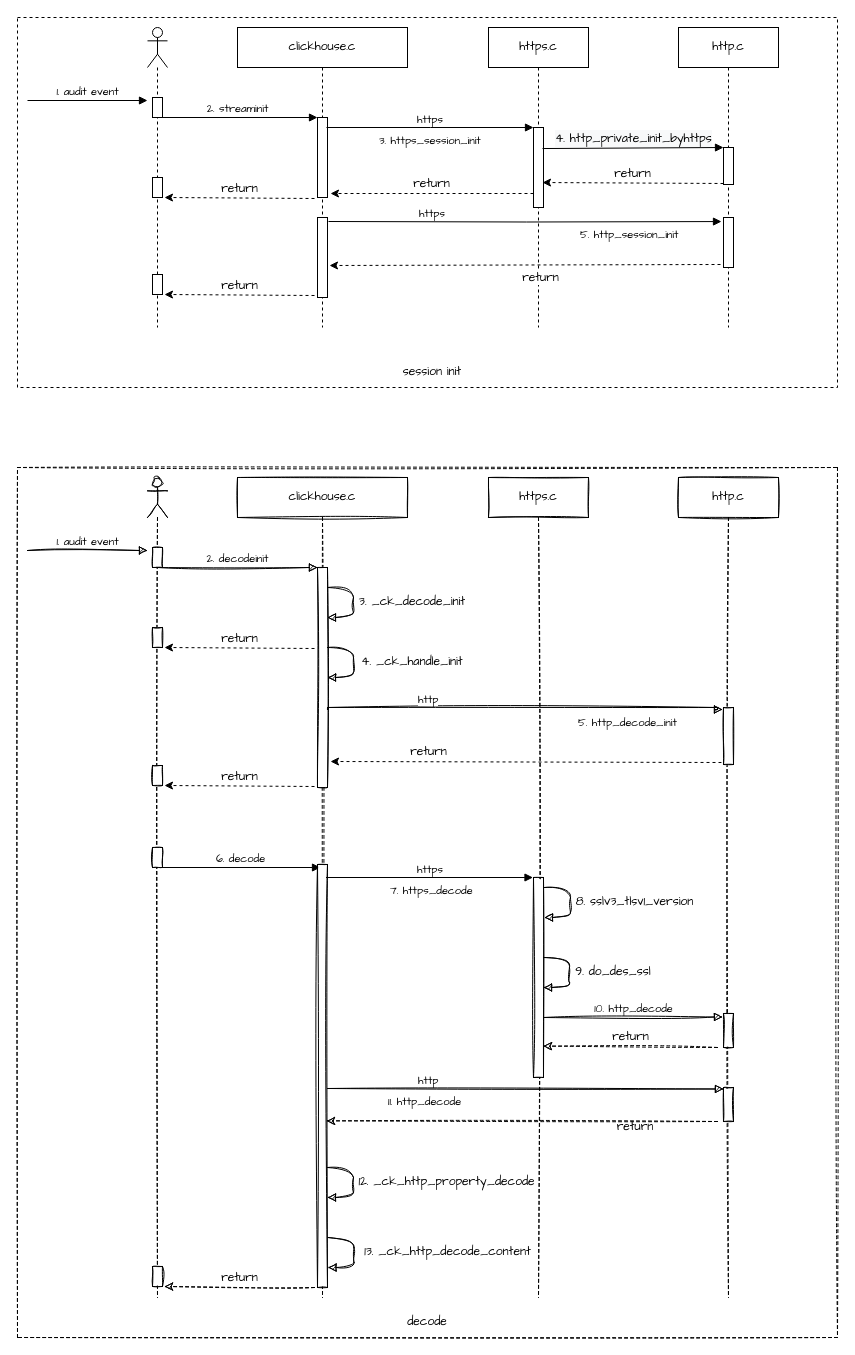
leonce28/draw-io-img keeps this draw.io diagram as clickhouse interact http.drawio. Above is the earlier version. Source tidied: cells renumbered, new cells numbered last; positions are measured from the earlier drawing's top-left corner, leaving out a move shared by most shapes. Both pictures are drawn from the tidied source at 100%, with x=0, y=0 at pixel (17, 17).
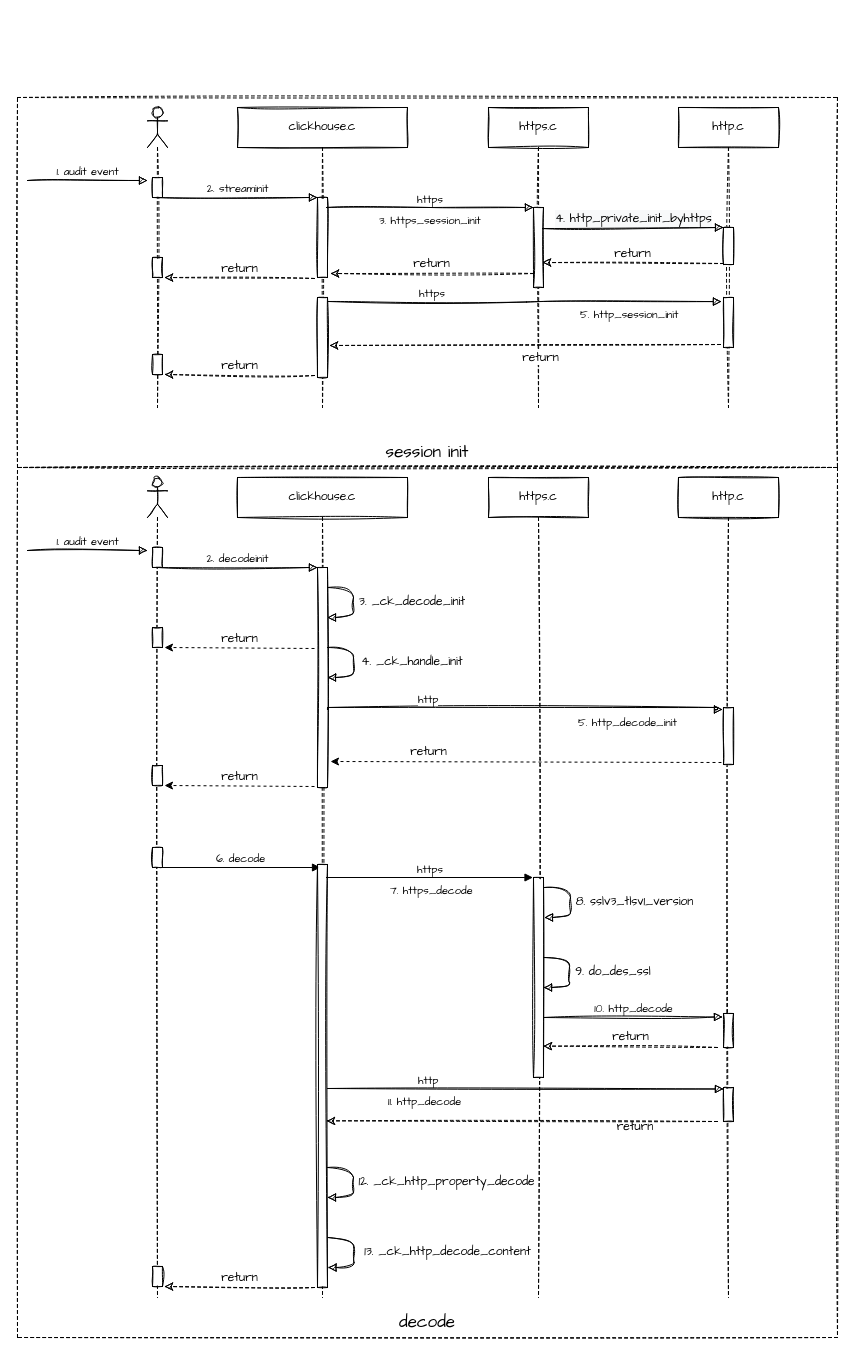
The same page after the edit.

What changed in the source:
```diff
@@
-    <mxCell id="2" style="rounded=0;whiteSpace=wrap;html=1;fontFamily=Comic Sans MS;fontSize=12;fillColor=none;dashed=1;horizontal=1;" parent="1" vertex="1">
-      <mxGeometry width="820" height="370" as="geometry" />
+    <mxCell id="2" style="rounded=0;whiteSpace=wrap;html=1;fontFamily=Comic Sans MS;fontSize=12;fillColor=none;dashed=1;horizontal=1;sketch=1;" parent="1" vertex="1">
+      <mxGeometry y="80" width="820" height="370" as="geometry" />
     </mxCell>
-    <mxCell id="3" style="shape=umlLifeline;participant=umlActor;perimeter=lifelinePerimeter;whiteSpace=wrap;html=1;verticalAlign=top;spacingTop=36;horizontal=1;fontFamily=Comic Sans MS;" parent="1" vertex="1">
-      <mxGeometry x="130" y="10" width="20" height="300" as="geometry" />
+    <mxCell id="3" style="shape=umlLifeline;participant=umlActor;perimeter=lifelinePerimeter;whiteSpace=wrap;html=1;verticalAlign=top;spacingTop=36;horizontal=1;fontFamily=Comic Sans MS;sketch=1;" parent="1" vertex="1">
+      <mxGeometry x="130" y="90" width="20" height="300" as="geometry" />
     </mxCell>
-    <mxCell id="4" style="html=1;perimeter=orthogonalPerimeter;horizontal=1;fontFamily=Comic Sans MS;" parent="3" vertex="1">
+    <mxCell id="4" style="html=1;perimeter=orthogonalPerimeter;horizontal=1;fontFamily=Comic Sans MS;sketch=1;" parent="3" vertex="1">
       <mxGeometry x="5" y="70" width="10" height="20" as="geometry" />
     </mxCell>
-    <mxCell id="5" style="html=1;perimeter=orthogonalPerimeter;horizontal=1;fontFamily=Comic Sans MS;" parent="3" vertex="1">
+    <mxCell id="5" style="html=1;perimeter=orthogonalPerimeter;horizontal=1;fontFamily=Comic Sans MS;sketch=1;" parent="3" vertex="1">
       <mxGeometry x="5" y="150" width="10" height="20" as="geometry" />
     </mxCell>
-    <mxCell id="6" value="clickhouse.c" style="shape=umlLifeline;perimeter=lifelinePerimeter;whiteSpace=wrap;html=1;horizontal=1;fontFamily=Comic Sans MS;" parent="1" vertex="1">
-      <mxGeometry x="220" y="10" width="170" height="300" as="geometry" />
+    <mxCell id="6" value="clickhouse.c" style="shape=umlLifeline;perimeter=lifelinePerimeter;whiteSpace=wrap;html=1;horizontal=1;fontFamily=Comic Sans MS;sketch=1;" parent="1" vertex="1">
+      <mxGeometry x="220" y="90" width="170" height="300" as="geometry" />
     </mxCell>
-    <mxCell id="7" style="html=1;points=[];perimeter=orthogonalPerimeter;horizontal=1;fontFamily=Comic Sans MS;" parent="6" vertex="1">
+    <mxCell id="7" style="html=1;points=[];perimeter=orthogonalPerimeter;horizontal=1;fontFamily=Comic Sans MS;sketch=1;" parent="6" vertex="1">
       <mxGeometry x="80" y="90" width="10" height="80" as="geometry" />
     </mxCell>
-    <mxCell id="8" value="return" style="html=1;verticalAlign=bottom;endArrow=classic;dashed=1;endSize=6;exitX=0;exitY=0.95;rounded=0;fontFamily=Comic Sans MS;fontSize=12;fontColor=default;strokeWidth=1;endFill=1;horizontal=1;" parent="6" edge="1">
+    <mxCell id="8" value="return" style="html=1;verticalAlign=bottom;endArrow=classic;dashed=1;endSize=6;exitX=0;exitY=0.95;rounded=0;fontFamily=Comic Sans MS;fontSize=12;fontColor=default;strokeWidth=1;endFill=1;horizontal=1;sketch=1;" parent="6" edge="1">
       <mxGeometry relative="1" as="geometry">
         <mxPoint x="77" y="171" as="sourcePoint" />
         <mxPoint x="-73" y="170" as="targetPoint" />
       </mxGeometry>
     </mxCell>
-    <mxCell id="9" style="html=1;points=[];perimeter=orthogonalPerimeter;horizontal=1;fontFamily=Comic Sans MS;" parent="6" vertex="1">
+    <mxCell id="9" style="html=1;points=[];perimeter=orthogonalPerimeter;horizontal=1;fontFamily=Comic Sans MS;sketch=1;" parent="6" vertex="1">
       <mxGeometry x="80" y="190" width="10" height="80" as="geometry" />
     </mxCell>
-    <mxCell id="10" style="html=1;perimeter=orthogonalPerimeter;horizontal=1;fontFamily=Comic Sans MS;" parent="6" vertex="1">
+    <mxCell id="10" style="html=1;perimeter=orthogonalPerimeter;horizontal=1;fontFamily=Comic Sans MS;sketch=1;" parent="6" vertex="1">
       <mxGeometry x="-85" y="247" width="10" height="20" as="geometry" />
     </mxCell>
-    <mxCell id="11" value="return" style="html=1;verticalAlign=bottom;endArrow=classic;dashed=1;endSize=6;exitX=0;exitY=0.95;rounded=0;fontFamily=Comic Sans MS;fontSize=12;fontColor=default;strokeWidth=1;endFill=1;horizontal=1;" parent="6" edge="1">
+    <mxCell id="11" value="return" style="html=1;verticalAlign=bottom;endArrow=classic;dashed=1;endSize=6;exitX=0;exitY=0.95;rounded=0;fontFamily=Comic Sans MS;fontSize=12;fontColor=default;strokeWidth=1;endFill=1;horizontal=1;sketch=1;" parent="6" edge="1">
       <mxGeometry relative="1" as="geometry">
         <mxPoint x="77" y="268" as="sourcePoint" />
         <mxPoint x="-73" y="267" as="targetPoint" />
       </mxGeometry>
     </mxCell>
-    <mxCell id="12" value="https.c" style="shape=umlLifeline;perimeter=lifelinePerimeter;whiteSpace=wrap;html=1;horizontal=1;fontFamily=Comic Sans MS;" parent="1" vertex="1">
-      <mxGeometry x="471" y="10" width="100" height="300" as="geometry" />
+    <mxCell id="12" value="https.c" style="shape=umlLifeline;perimeter=lifelinePerimeter;whiteSpace=wrap;html=1;horizontal=1;fontFamily=Comic Sans MS;sketch=1;" parent="1" vertex="1">
+      <mxGeometry x="471" y="90" width="100" height="300" as="geometry" />
     </mxCell>
-    <mxCell id="13" style="html=1;points=[];perimeter=orthogonalPerimeter;horizontal=1;fontFamily=Comic Sans MS;" parent="12" vertex="1">
+    <mxCell id="13" style="html=1;points=[];perimeter=orthogonalPerimeter;horizontal=1;fontFamily=Comic Sans MS;sketch=1;" parent="12" vertex="1">
       <mxGeometry x="45" y="100" width="10" height="80" as="geometry" />
     </mxCell>
-    <mxCell id="14" value="&lt;span style=&quot;text-align: center&quot;&gt;3. https_session_init&lt;/span&gt;" style="endArrow=block;endFill=1;html=1;edgeStyle=orthogonalEdgeStyle;align=left;verticalAlign=top;rounded=0;exitX=0.9;exitY=0.125;exitDx=0;exitDy=0;exitPerimeter=0;horizontal=1;fontFamily=Comic Sans MS;" parent="12" edge="1" source="7">
+    <mxCell id="14" value="&lt;span style=&quot;text-align: center&quot;&gt;3. https_session_init&lt;/span&gt;" style="endArrow=block;endFill=1;html=1;edgeStyle=orthogonalEdgeStyle;align=left;verticalAlign=top;rounded=0;exitX=0.9;exitY=0.125;exitDx=0;exitDy=0;exitPerimeter=0;horizontal=1;fontFamily=Comic Sans MS;sketch=1;" parent="12" edge="1" source="7">
       <mxGeometry x="-0.51" relative="1" as="geometry">
         <mxPoint x="45" y="100" as="targetPoint" />
       </mxGeometry>
     </mxCell>
@@
-    <mxCell id="16" value="return" style="html=1;verticalAlign=bottom;endArrow=classic;dashed=1;endSize=6;exitX=0;exitY=0.95;rounded=0;fontFamily=Comic Sans MS;fontSize=12;fontColor=default;strokeWidth=1;entryX=1.3;entryY=0.95;entryDx=0;entryDy=0;entryPerimeter=0;endFill=1;horizontal=1;" parent="12" edge="1" target="7">
+    <mxCell id="16" value="return" style="html=1;verticalAlign=bottom;endArrow=classic;dashed=1;endSize=6;exitX=0;exitY=0.95;rounded=0;fontFamily=Comic Sans MS;fontSize=12;fontColor=default;strokeWidth=1;entryX=1.3;entryY=0.95;entryDx=0;entryDy=0;entryPerimeter=0;endFill=1;horizontal=1;sketch=1;" parent="12" edge="1" target="7">
       <mxGeometry relative="1" as="geometry">
         <mxPoint x="45" y="166" as="sourcePoint" />
       </mxGeometry>
     </mxCell>
-    <mxCell id="17" value="http.c" style="shape=umlLifeline;perimeter=lifelinePerimeter;whiteSpace=wrap;html=1;horizontal=1;fontFamily=Comic Sans MS;" parent="1" vertex="1">
-      <mxGeometry x="661" y="10" width="100" height="300" as="geometry" />
+    <mxCell id="17" value="http.c" style="shape=umlLifeline;perimeter=lifelinePerimeter;whiteSpace=wrap;html=1;horizontal=1;fontFamily=Comic Sans MS;sketch=1;" parent="1" vertex="1">
+      <mxGeometry x="661" y="90" width="100" height="300" as="geometry" />
     </mxCell>
-    <mxCell id="18" style="html=1;points=[];perimeter=orthogonalPerimeter;fontFamily=Comic Sans MS;fontSize=12;fontColor=default;fillColor=default;gradientColor=none;horizontal=1;" parent="17" vertex="1">
+    <mxCell id="18" style="html=1;points=[];perimeter=orthogonalPerimeter;fontFamily=Comic Sans MS;fontSize=12;fontColor=default;fillColor=default;gradientColor=none;horizontal=1;sketch=1;" parent="17" vertex="1">
       <mxGeometry x="45" y="120" width="10" height="37" as="geometry" />
     </mxCell>
-    <mxCell id="19" style="html=1;points=[];perimeter=orthogonalPerimeter;fontFamily=Comic Sans MS;fontSize=12;fontColor=default;fillColor=default;gradientColor=none;horizontal=1;" parent="17" vertex="1">
+    <mxCell id="19" style="html=1;points=[];perimeter=orthogonalPerimeter;fontFamily=Comic Sans MS;fontSize=12;fontColor=default;fillColor=default;gradientColor=none;horizontal=1;sketch=1;" parent="17" vertex="1">
       <mxGeometry x="45" y="190" width="10" height="50" as="geometry" />
     </mxCell>
-    <mxCell id="20" value="1. audit event" style="html=1;verticalAlign=bottom;endArrow=block;rounded=0;horizontal=1;fontFamily=Comic Sans MS;" parent="1" edge="1">
+    <mxCell id="20" value="1. audit event" style="html=1;verticalAlign=bottom;endArrow=block;rounded=0;horizontal=1;fontFamily=Comic Sans MS;sketch=1;" parent="1" edge="1">
       <mxGeometry relative="1" as="geometry">
-        <mxPoint x="10" y="83" as="sourcePoint" />
-        <mxPoint x="130" y="83" as="targetPoint" />
+        <mxPoint x="10" y="163" as="sourcePoint" />
+        <mxPoint x="130" y="163" as="targetPoint" />
       </mxGeometry>
     </mxCell>
-    <mxCell id="21" value="2. streaminit" style="html=1;verticalAlign=bottom;endArrow=block;entryX=0;entryY=0;rounded=0;horizontal=1;fontFamily=Comic Sans MS;" parent="1" edge="1" target="7">
+    <mxCell id="21" value="2. streaminit" style="html=1;verticalAlign=bottom;endArrow=block;entryX=0;entryY=0;rounded=0;horizontal=1;fontFamily=Comic Sans MS;sketch=1;" parent="1" edge="1" target="7">
       <mxGeometry relative="1" as="geometry">
-        <mxPoint x="140" y="100" as="sourcePoint" />
+        <mxPoint x="140" y="180" as="sourcePoint" />
       </mxGeometry>
     </mxCell>
-    <mxCell id="22" value="&lt;span style=&quot;text-align: left ; background-color: rgb(248 , 249 , 250)&quot;&gt;4. http_private_init_byhttps&lt;/span&gt;" style="html=1;verticalAlign=bottom;endArrow=block;entryX=0;entryY=0;rounded=0;fontFamily=Comic Sans MS;fontSize=12;fontColor=default;endSize=6;strokeWidth=1;exitX=0.9;exitY=0.263;exitDx=0;exitDy=0;exitPerimeter=0;horizontal=1;" parent="1" edge="1" source="13" target="18">
+    <mxCell id="22" value="&lt;span style=&quot;text-align: left ; background-color: rgb(248 , 249 , 250)&quot;&gt;4. http_private_init_byhttps&lt;/span&gt;" style="html=1;verticalAlign=bottom;endArrow=block;entryX=0;entryY=0;rounded=0;fontFamily=Comic Sans MS;fontSize=12;fontColor=default;endSize=6;strokeWidth=1;exitX=0.9;exitY=0.263;exitDx=0;exitDy=0;exitPerimeter=0;horizontal=1;sketch=1;" parent="1" edge="1" source="13" target="18">
       <mxGeometry relative="1" as="geometry" />
     </mxCell>
-    <mxCell id="23" value="return" style="html=1;verticalAlign=bottom;endArrow=classic;dashed=1;endSize=6;exitX=0;exitY=0.95;rounded=0;fontFamily=Comic Sans MS;fontSize=12;fontColor=default;strokeWidth=1;entryX=0.9;entryY=0.688;entryDx=0;entryDy=0;entryPerimeter=0;endFill=1;horizontal=1;" parent="1" edge="1" target="13">
+    <mxCell id="23" value="return" style="html=1;verticalAlign=bottom;endArrow=classic;dashed=1;endSize=6;exitX=0;exitY=0.95;rounded=0;fontFamily=Comic Sans MS;fontSize=12;fontColor=default;strokeWidth=1;entryX=0.9;entryY=0.688;entryDx=0;entryDy=0;entryPerimeter=0;endFill=1;horizontal=1;sketch=1;" parent="1" edge="1" target="13">
       <mxGeometry relative="1" as="geometry">
-        <mxPoint x="706" y="166" as="sourcePoint" />
+        <mxPoint x="706" y="246" as="sourcePoint" />
       </mxGeometry>
     </mxCell>
-    <mxCell id="24" value="&lt;span style=&quot;text-align: center&quot;&gt;5. http_session_init&lt;/span&gt;" style="endArrow=block;endFill=1;html=1;edgeStyle=orthogonalEdgeStyle;align=left;verticalAlign=top;rounded=0;entryX=-0.2;entryY=0.081;entryDx=0;entryDy=0;entryPerimeter=0;horizontal=1;fontFamily=Comic Sans MS;" parent="1" edge="1" target="19">
+    <mxCell id="24" value="&lt;span style=&quot;text-align: center&quot;&gt;5. http_session_init&lt;/span&gt;" style="endArrow=block;endFill=1;html=1;edgeStyle=orthogonalEdgeStyle;align=left;verticalAlign=top;rounded=0;entryX=-0.2;entryY=0.081;entryDx=0;entryDy=0;entryPerimeter=0;horizontal=1;fontFamily=Comic Sans MS;sketch=1;" parent="1" edge="1" target="19">
       <mxGeometry x="0.27" relative="1" as="geometry">
-        <mxPoint x="311" y="204" as="sourcePoint" />
+        <mxPoint x="311" y="284" as="sourcePoint" />
       </mxGeometry>
     </mxCell>
@@
-    <mxCell id="26" value="return" style="html=1;verticalAlign=bottom;endArrow=classic;dashed=1;endSize=6;exitX=0;exitY=0.95;rounded=0;fontFamily=Comic Sans MS;fontSize=12;fontColor=default;strokeWidth=1;entryX=1.2;entryY=0.6;entryDx=0;entryDy=0;entryPerimeter=0;endFill=1;horizontal=1;" parent="1" edge="1" target="9">
+    <mxCell id="26" value="return" style="html=1;verticalAlign=bottom;endArrow=classic;dashed=1;endSize=6;exitX=0;exitY=0.95;rounded=0;fontFamily=Comic Sans MS;fontSize=12;fontColor=default;strokeWidth=1;entryX=1.2;entryY=0.6;entryDx=0;entryDy=0;entryPerimeter=0;endFill=1;horizontal=1;sketch=1;" parent="1" edge="1" target="9">
       <mxGeometry x="-0.08" y="23" relative="1" as="geometry">
-        <mxPoint x="703" y="247" as="sourcePoint" />
+        <mxPoint x="703" y="327" as="sourcePoint" />
       </mxGeometry>
     </mxCell>
-    <mxCell id="27" value="session init" style="text;html=1;strokeColor=none;fillColor=none;align=center;verticalAlign=middle;whiteSpace=wrap;rounded=0;fontFamily=Comic Sans MS;fontSize=12;fontColor=default;horizontal=1;" parent="1" vertex="1">
-      <mxGeometry x="380" y="340" width="70" height="30" as="geometry" />
+    <mxCell id="27" value="session init" style="text;html=1;strokeColor=none;fillColor=none;align=center;verticalAlign=middle;whiteSpace=wrap;rounded=0;fontFamily=Comic Sans MS;fontSize=17;fontColor=default;horizontal=1;" parent="1" vertex="1">
+      <mxGeometry x="360" y="420" width="100" height="30" as="geometry" />
     </mxCell>
@@
-    <mxCell id="52" value="decode" style="text;html=1;strokeColor=none;fillColor=none;align=center;verticalAlign=middle;whiteSpace=wrap;rounded=0;fontFamily=Comic Sans MS;fontSize=12;fontColor=default;horizontal=1;" parent="1" vertex="1">
+    <mxCell id="52" value="decode" style="text;html=1;strokeColor=none;fillColor=none;align=center;verticalAlign=middle;whiteSpace=wrap;rounded=0;fontFamily=Comic Sans MS;fontSize=17;fontColor=default;horizontal=1;" parent="1" vertex="1">
       <mxGeometry x="375" y="1290" width="70" height="30" as="geometry" />
     </mxCell>
```
